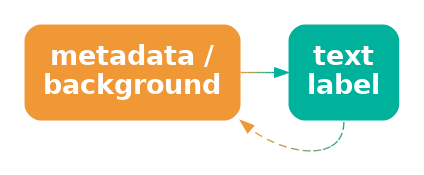
The Graphviz diagram Diagrams/meta-label.png in pmur002/hdvw, before a commit. Its source is kept beside it as Diagrams/meta-label.dot.
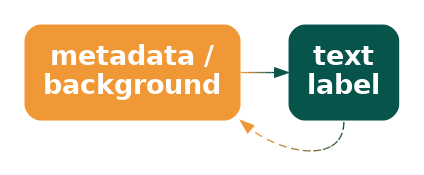
After the commit.

Diff of the diagram source:
```diff
@@ -3,7 +3,7 @@
   node [ fontsize=20; fontname="sans bold"; margin=.2 ];
   meta [ label="metadata /\nbackground"; shape=box; style="filled, rounded"; penwidth=0; fontcolor=white; fillcolor="#F09736" ]
   label [ label="text\nlabel"; shape=box;
-       style="filled, rounded"; penwidth=0; fontcolor=white; fillcolor="#00B19B" ]
-  meta -> label [ color="#F09736;0.1:#D59A41;0.1:#BB9D4C;0.1:#A0A058;0.1:#85A363;0.1:#6BA56E;0.1:#50A879;0.1:#35AB85;0.1:#1BAE90;0.1:#00B19B;0.1" ]
-  label:s -> meta:se [ style="dashed", color="#00B19B;0.1:#1BAE90;0.1:#35AB85;0.1:#50A879;0.1:#6BA56E;0.1:#85A363;0.1:#A0A058;0.1:#BB9D4C;0.1:#D59A41;0.1:#F09736;0.1" ]
+       style="filled, rounded"; penwidth=0; fontcolor=white; fillcolor="#07544A" ]
+  meta -> label [ color="#F09736;0.1:#D69038;0.1:#BC883A;0.1:#A2813D;0.1:#88793F;0.1:#6F7241;0.1:#556A43;0.1:#3B6346;0.1:#215B48;0.1:#07544A;0.1" ]
+  label:s -> meta:se [ style="dashed", color="#07544A;0.1:#215B48;0.1:#3B6346;0.1:#556A43;0.1:#6F7241;0.1:#88793F;0.1:#A2813D;0.1:#BC883A;0.1:#D69038;0.1:#F09736;0.1" ]
 }
```
